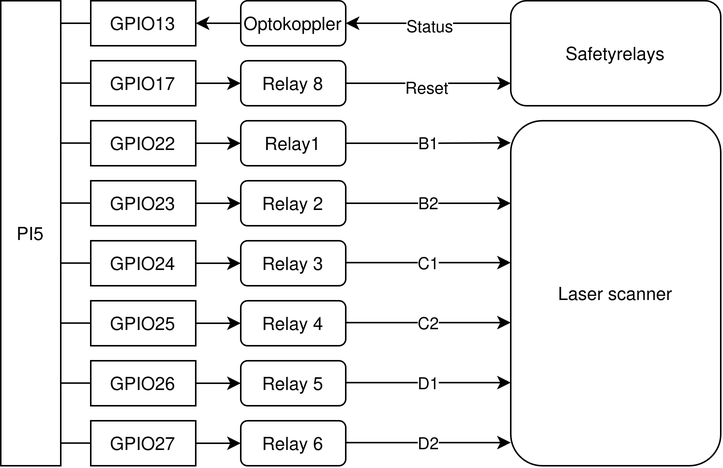
Before: docs/images/GPIO_PI5.png, a diagram exported from draw.io (FabCode288/HSK-Mensabot). Source tidied: cells renumbered, new cells last; positions are measured from the earlier drawing's top-left corner, leaving out a move shared by most shapes. The source it was exported from:
```xml
<mxGraphModel>
  <root>
    <mxCell id="0" />
    <mxCell id="1" parent="0" />
    <mxCell id="2" value="PI5" style="rounded=0;whiteSpace=wrap;html=1;" parent="1" vertex="1">
      <mxGeometry width="40" height="310" as="geometry" />
    </mxCell>
    <mxCell id="3" value="GPIO13" style="rounded=0;whiteSpace=wrap;html=1;" parent="1" vertex="1">
      <mxGeometry x="60" width="70" height="30" as="geometry" />
    </mxCell>
    <mxCell id="4" style="edgeStyle=orthogonalEdgeStyle;rounded=0;jettySize=auto;html=1;entryX=0;entryY=0.5;entryDx=0;entryDy=0;" parent="1" edge="1" source="5" target="35">
      <mxGeometry relative="1" as="geometry" />
    </mxCell>
    <mxCell id="5" value="GPIO17" style="rounded=0;whiteSpace=wrap;html=1;" parent="1" vertex="1">
      <mxGeometry x="60" y="40" width="70" height="30" as="geometry" />
    </mxCell>
    <mxCell id="6" style="edgeStyle=orthogonalEdgeStyle;rounded=0;jettySize=auto;html=1;exitX=1;exitY=0.5;exitDx=0;exitDy=0;entryX=0;entryY=0.5;entryDx=0;entryDy=0;" parent="1" edge="1" source="7" target="28">
      <mxGeometry relative="1" as="geometry" />
    </mxCell>
    <mxCell id="7" value="GPIO23" style="rounded=0;whiteSpace=wrap;html=1;" parent="1" vertex="1">
      <mxGeometry x="60" y="120" width="70" height="30" as="geometry" />
    </mxCell>
    <mxCell id="8" style="edgeStyle=orthogonalEdgeStyle;rounded=0;jettySize=auto;html=1;exitX=1;exitY=0.5;exitDx=0;exitDy=0;entryX=0;entryY=0.5;entryDx=0;entryDy=0;" parent="1" edge="1" source="9" target="26">
      <mxGeometry relative="1" as="geometry" />
    </mxCell>
    <mxCell id="9" value="GPIO22" style="rounded=0;whiteSpace=wrap;html=1;" parent="1" vertex="1">
      <mxGeometry x="60" y="80" width="70" height="30" as="geometry" />
    </mxCell>
    <mxCell id="10" style="edgeStyle=orthogonalEdgeStyle;rounded=0;jettySize=auto;html=1;exitX=1;exitY=0.5;exitDx=0;exitDy=0;entryX=0;entryY=0.5;entryDx=0;entryDy=0;" parent="1" edge="1" source="11" target="29">
      <mxGeometry relative="1" as="geometry" />
    </mxCell>
    <mxCell id="11" value="GPIO24" style="rounded=0;whiteSpace=wrap;html=1;" parent="1" vertex="1">
      <mxGeometry x="60" y="160" width="70" height="30" as="geometry" />
    </mxCell>
    <mxCell id="12" style="edgeStyle=orthogonalEdgeStyle;rounded=0;jettySize=auto;html=1;exitX=1;exitY=0.5;exitDx=0;exitDy=0;entryX=0;entryY=0.5;entryDx=0;entryDy=0;" parent="1" edge="1" source="13" target="30">
      <mxGeometry relative="1" as="geometry" />
    </mxCell>
    <mxCell id="13" value="&lt;div&gt;GPIO25&lt;/div&gt;" style="rounded=0;whiteSpace=wrap;html=1;" parent="1" vertex="1">
      <mxGeometry x="60" y="200" width="70" height="30" as="geometry" />
    </mxCell>
    <mxCell id="14" style="edgeStyle=orthogonalEdgeStyle;rounded=0;jettySize=auto;html=1;exitX=1;exitY=0.5;exitDx=0;exitDy=0;entryX=0;entryY=0.5;entryDx=0;entryDy=0;" parent="1" edge="1" source="15" target="31">
      <mxGeometry relative="1" as="geometry" />
    </mxCell>
    <mxCell id="15" value="GPIO26" style="rounded=0;whiteSpace=wrap;html=1;" parent="1" vertex="1">
      <mxGeometry x="60" y="240" width="70" height="30" as="geometry" />
    </mxCell>
    <mxCell id="16" style="edgeStyle=orthogonalEdgeStyle;rounded=0;jettySize=auto;html=1;exitX=1;exitY=0.5;exitDx=0;exitDy=0;entryX=0;entryY=0.5;entryDx=0;entryDy=0;" parent="1" edge="1" source="17" target="32">
      <mxGeometry relative="1" as="geometry" />
    </mxCell>
    <mxCell id="17" value="&lt;div&gt;GPIO27&lt;/div&gt;" style="rounded=0;whiteSpace=wrap;html=1;" parent="1" vertex="1">
      <mxGeometry x="60" y="280" width="70" height="30" as="geometry" />
    </mxCell>
    <mxCell id="18" style="endArrow=none;html=1;rounded=0;entryX=0;entryY=0.5;entryDx=0;entryDy=0;" parent="1" edge="1" target="3">
      <mxGeometry relative="1" as="geometry">
        <mxPoint x="40" y="15" as="sourcePoint" />
      </mxGeometry>
    </mxCell>
    <mxCell id="19" style="endArrow=none;html=1;rounded=0;entryX=0;entryY=0.5;entryDx=0;entryDy=0;" parent="1" edge="1">
      <mxGeometry relative="1" as="geometry">
        <mxPoint x="40" y="54.9" as="sourcePoint" />
        <mxPoint x="60" y="54.9" as="targetPoint" />
      </mxGeometry>
    </mxCell>
    <mxCell id="20" style="endArrow=none;html=1;rounded=0;entryX=0;entryY=0.5;entryDx=0;entryDy=0;" parent="1" edge="1">
      <mxGeometry relative="1" as="geometry">
        <mxPoint x="40" y="134.9" as="sourcePoint" />
        <mxPoint x="60" y="134.9" as="targetPoint" />
      </mxGeometry>
    </mxCell>
    <mxCell id="21" style="endArrow=none;html=1;rounded=0;entryX=0;entryY=0.5;entryDx=0;entryDy=0;" parent="1" edge="1">
      <mxGeometry relative="1" as="geometry">
        <mxPoint x="40" y="94.9" as="sourcePoint" />
        <mxPoint x="60" y="94.9" as="targetPoint" />
      </mxGeometry>
    </mxCell>
    <mxCell id="22" style="endArrow=none;html=1;rounded=0;entryX=0;entryY=0.5;entryDx=0;entryDy=0;" parent="1" edge="1">
      <mxGeometry relative="1" as="geometry">
        <mxPoint x="40" y="174.9" as="sourcePoint" />
        <mxPoint x="60" y="174.9" as="targetPoint" />
      </mxGeometry>
    </mxCell>
    <mxCell id="23" style="endArrow=none;html=1;rounded=0;entryX=0;entryY=0.5;entryDx=0;entryDy=0;" parent="1" edge="1">
      <mxGeometry relative="1" as="geometry">
        <mxPoint x="40" y="214.9" as="sourcePoint" />
        <mxPoint x="60" y="214.9" as="targetPoint" />
      </mxGeometry>
    </mxCell>
    <mxCell id="24" style="endArrow=none;html=1;rounded=0;entryX=0;entryY=0.5;entryDx=0;entryDy=0;" parent="1" edge="1">
      <mxGeometry relative="1" as="geometry">
        <mxPoint x="40" y="294.9" as="sourcePoint" />
        <mxPoint x="60" y="294.9" as="targetPoint" />
      </mxGeometry>
    </mxCell>
    <mxCell id="25" style="endArrow=none;html=1;rounded=0;entryX=0;entryY=0.5;entryDx=0;entryDy=0;" parent="1" edge="1">
      <mxGeometry relative="1" as="geometry">
        <mxPoint x="40" y="254.9" as="sourcePoint" />
        <mxPoint x="60" y="254.9" as="targetPoint" />
      </mxGeometry>
    </mxCell>
    <mxCell id="26" value="Relay1" style="rounded=1;whiteSpace=wrap;html=1;" parent="1" vertex="1">
      <mxGeometry x="160" y="80" width="70" height="30" as="geometry" />
    </mxCell>
    <mxCell id="27" value="B2" style="edgeStyle=orthogonalEdgeStyle;rounded=0;jettySize=auto;html=1;" parent="1" edge="1" source="28">
      <mxGeometry relative="1" as="geometry">
        <mxPoint x="340" y="135" as="targetPoint" />
      </mxGeometry>
    </mxCell>
    <mxCell id="28" value="&lt;div&gt;Relay 2&lt;/div&gt;" style="rounded=1;whiteSpace=wrap;html=1;" parent="1" vertex="1">
      <mxGeometry x="160" y="120" width="70" height="30" as="geometry" />
    </mxCell>
    <mxCell id="29" value="&lt;div&gt;Relay 3&lt;/div&gt;" style="rounded=1;whiteSpace=wrap;html=1;" parent="1" vertex="1">
      <mxGeometry x="160" y="160" width="70" height="30" as="geometry" />
    </mxCell>
    <mxCell id="30" value="&lt;div&gt;Relay 4&lt;/div&gt;" style="rounded=1;whiteSpace=wrap;html=1;" parent="1" vertex="1">
      <mxGeometry x="160" y="200" width="70" height="30" as="geometry" />
    </mxCell>
    <mxCell id="31" value="&lt;div&gt;Relay 5&lt;/div&gt;" style="rounded=1;whiteSpace=wrap;html=1;" parent="1" vertex="1">
      <mxGeometry x="160" y="240" width="70" height="30" as="geometry" />
    </mxCell>
    <mxCell id="32" value="&lt;div&gt;Relay 6&lt;/div&gt;" style="rounded=1;whiteSpace=wrap;html=1;" parent="1" vertex="1">
      <mxGeometry x="160" y="280" width="70" height="30" as="geometry" />
    </mxCell>
    <mxCell id="33" style="edgeStyle=orthogonalEdgeStyle;rounded=0;jettySize=auto;html=1;" parent="1" edge="1" source="35">
      <mxGeometry relative="1" as="geometry">
        <mxPoint x="340" y="55" as="targetPoint" />
      </mxGeometry>
    </mxCell>
    <mxCell id="34" value="Reset" style="edgeLabel;html=1;align=center;verticalAlign=middle;" parent="33" vertex="1">
      <mxGeometry x="-0.03" y="-1" relative="1" as="geometry">
        <mxPoint y="1" as="offset" />
      </mxGeometry>
    </mxCell>
    <mxCell id="35" value="Relay 8" style="rounded=1;whiteSpace=wrap;html=1;" parent="1" vertex="1">
      <mxGeometry x="160" y="40" width="70" height="30" as="geometry" />
    </mxCell>
    <mxCell id="36" style="edgeStyle=orthogonalEdgeStyle;rounded=0;jettySize=auto;html=1;exitX=0;exitY=0.5;exitDx=0;exitDy=0;entryX=1;entryY=0.5;entryDx=0;entryDy=0;" parent="1" edge="1" source="37" target="3">
      <mxGeometry relative="1" as="geometry" />
    </mxCell>
    <mxCell id="37" value="Optokoppler" style="rounded=1;whiteSpace=wrap;html=1;" parent="1" vertex="1">
      <mxGeometry x="160" width="70" height="30" as="geometry" />
    </mxCell>
    <mxCell id="38" style="edgeStyle=orthogonalEdgeStyle;rounded=0;jettySize=auto;html=1;" parent="1" edge="1" target="37">
      <mxGeometry relative="1" as="geometry">
        <mxPoint x="340" y="15" as="sourcePoint" />
      </mxGeometry>
    </mxCell>
    <mxCell id="39" value="Status" style="edgeLabel;html=1;align=center;verticalAlign=middle;" parent="38" vertex="1">
      <mxGeometry y="1" relative="1" as="geometry" />
    </mxCell>
    <mxCell id="40" value="Safetyrelays" style="rounded=1;whiteSpace=wrap;html=1;" parent="1" vertex="1">
      <mxGeometry x="340" width="140" height="70" as="geometry" />
    </mxCell>
    <mxCell id="41" value="Laser scanner" style="rounded=1;whiteSpace=wrap;html=1;" parent="1" vertex="1">
      <mxGeometry x="340" y="80" width="140" height="230" as="geometry" />
    </mxCell>
    <mxCell id="42" value="B1" style="edgeStyle=orthogonalEdgeStyle;rounded=0;jettySize=auto;html=1;exitX=1;exitY=0.5;exitDx=0;exitDy=0;entryX=0;entryY=0.064;entryDx=0;entryDy=0;entryPerimeter=0;" parent="1" edge="1" source="26" target="41">
      <mxGeometry relative="1" as="geometry" />
    </mxCell>
    <mxCell id="43" value="C1" style="edgeStyle=orthogonalEdgeStyle;rounded=0;orthogonalLoop=1;jettySize=auto;html=1;" parent="1" edge="1">
      <mxGeometry relative="1" as="geometry">
        <mxPoint x="230" y="174.6" as="sourcePoint" />
        <mxPoint x="340" y="174.6" as="targetPoint" />
      </mxGeometry>
    </mxCell>
    <mxCell id="44" value="C2" style="edgeStyle=orthogonalEdgeStyle;rounded=0;orthogonalLoop=1;jettySize=auto;html=1;" parent="1" edge="1">
      <mxGeometry relative="1" as="geometry">
        <mxPoint x="230" y="214.6" as="sourcePoint" />
        <mxPoint x="340" y="214.6" as="targetPoint" />
      </mxGeometry>
    </mxCell>
    <mxCell id="45" value="D1" style="edgeStyle=orthogonalEdgeStyle;rounded=0;orthogonalLoop=1;jettySize=auto;html=1;" parent="1" edge="1">
      <mxGeometry relative="1" as="geometry">
        <mxPoint x="230" y="254.6" as="sourcePoint" />
        <mxPoint x="340" y="254.6" as="targetPoint" />
      </mxGeometry>
    </mxCell>
    <mxCell id="46" value="D2" style="edgeStyle=orthogonalEdgeStyle;rounded=0;orthogonalLoop=1;jettySize=auto;html=1;" parent="1" edge="1">
      <mxGeometry relative="1" as="geometry">
        <mxPoint x="230" y="294.6" as="sourcePoint" />
        <mxPoint x="340" y="294.6" as="targetPoint" />
      </mxGeometry>
    </mxCell>
  </root>
</mxGraphModel>
```
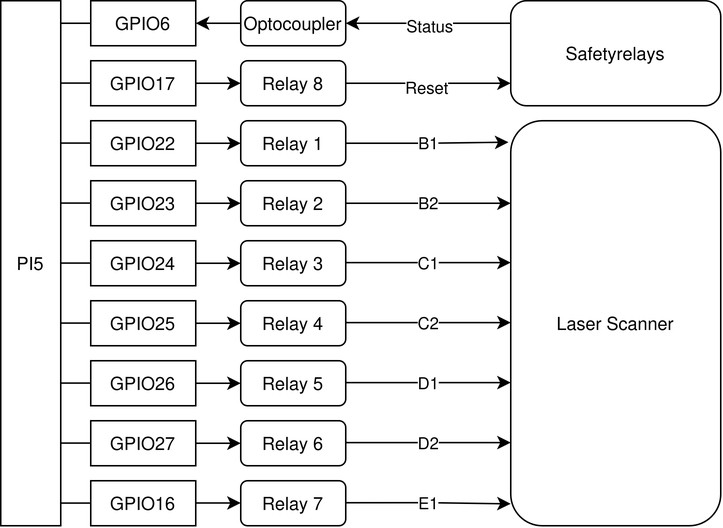
Later version of the same file.

Change to the diagram source:
```diff
@@ -3,9 +3,9 @@
     <mxCell id="0" />
     <mxCell id="1" parent="0" />
     <mxCell id="2" value="PI5" style="rounded=0;whiteSpace=wrap;html=1;" parent="1" vertex="1">
-      <mxGeometry width="40" height="310" as="geometry" />
+      <mxGeometry width="40" height="350" as="geometry" />
     </mxCell>
-    <mxCell id="3" value="GPIO13" style="rounded=0;whiteSpace=wrap;html=1;" parent="1" vertex="1">
+    <mxCell id="3" value="GPIO6" style="rounded=0;whiteSpace=wrap;html=1;" parent="1" vertex="1">
       <mxGeometry x="60" width="70" height="30" as="geometry" />
     </mxCell>
     <mxCell id="4" style="edgeStyle=orthogonalEdgeStyle;rounded=0;jettySize=auto;html=1;entryX=0;entryY=0.5;entryDx=0;entryDy=0;" parent="1" edge="1" source="5" target="35">
@@ -97,7 +97,7 @@
         <mxPoint x="60" y="254.9" as="targetPoint" />
       </mxGeometry>
     </mxCell>
-    <mxCell id="26" value="Relay1" style="rounded=1;whiteSpace=wrap;html=1;" parent="1" vertex="1">
+    <mxCell id="26" value="Relay 1" style="rounded=1;whiteSpace=wrap;html=1;" parent="1" vertex="1">
       <mxGeometry x="160" y="80" width="70" height="30" as="geometry" />
     </mxCell>
     <mxCell id="27" value="B2" style="edgeStyle=orthogonalEdgeStyle;rounded=0;jettySize=auto;html=1;" parent="1" edge="1" source="28">
@@ -136,7 +136,7 @@
     <mxCell id="36" style="edgeStyle=orthogonalEdgeStyle;rounded=0;jettySize=auto;html=1;exitX=0;exitY=0.5;exitDx=0;exitDy=0;entryX=1;entryY=0.5;entryDx=0;entryDy=0;" parent="1" edge="1" source="37" target="3">
       <mxGeometry relative="1" as="geometry" />
     </mxCell>
-    <mxCell id="37" value="Optokoppler" style="rounded=1;whiteSpace=wrap;html=1;" parent="1" vertex="1">
+    <mxCell id="37" value="Optocoupler" style="rounded=1;whiteSpace=wrap;html=1;" parent="1" vertex="1">
       <mxGeometry x="160" width="70" height="30" as="geometry" />
     </mxCell>
     <mxCell id="38" style="edgeStyle=orthogonalEdgeStyle;rounded=0;jettySize=auto;html=1;" parent="1" edge="1" target="37">
@@ -150,10 +150,10 @@
     <mxCell id="40" value="Safetyrelays" style="rounded=1;whiteSpace=wrap;html=1;" parent="1" vertex="1">
       <mxGeometry x="340" width="140" height="70" as="geometry" />
     </mxCell>
-    <mxCell id="41" value="Laser scanner" style="rounded=1;whiteSpace=wrap;html=1;" parent="1" vertex="1">
-      <mxGeometry x="340" y="80" width="140" height="230" as="geometry" />
+    <mxCell id="41" value="Laser Scanner" style="rounded=1;whiteSpace=wrap;html=1;" parent="1" vertex="1">
+      <mxGeometry x="340" y="80" width="140" height="270" as="geometry" />
     </mxCell>
-    <mxCell id="42" value="B1" style="edgeStyle=orthogonalEdgeStyle;rounded=0;jettySize=auto;html=1;exitX=1;exitY=0.5;exitDx=0;exitDy=0;entryX=0;entryY=0.064;entryDx=0;entryDy=0;entryPerimeter=0;" parent="1" edge="1" source="26" target="41">
+    <mxCell id="42" value="B1" style="edgeStyle=orthogonalEdgeStyle;rounded=0;jettySize=auto;html=1;exitX=1;exitY=0.5;exitDx=0;exitDy=0;entryX=-0.011;entryY=0.053;entryDx=0;entryDy=0;entryPerimeter=0;" parent="1" edge="1" source="26" target="41">
       <mxGeometry relative="1" as="geometry" />
     </mxCell>
     <mxCell id="43" value="C1" style="edgeStyle=orthogonalEdgeStyle;rounded=0;orthogonalLoop=1;jettySize=auto;html=1;" parent="1" edge="1">
@@ -180,5 +180,34 @@
         <mxPoint x="340" y="294.6" as="targetPoint" />
       </mxGeometry>
     </mxCell>
+    <mxCell id="47" value="&lt;div&gt;GPIO16&lt;/div&gt;" style="rounded=0;whiteSpace=wrap;html=1;" parent="1" vertex="1">
+      <mxGeometry x="60" y="320" width="70" height="30" as="geometry" />
+    </mxCell>
+    <mxCell id="48" value="&lt;div&gt;Relay 7&lt;/div&gt;" style="rounded=1;whiteSpace=wrap;html=1;" parent="1" vertex="1">
+      <mxGeometry x="160" y="320" width="70" height="30" as="geometry" />
+    </mxCell>
+    <mxCell id="49" style="edgeStyle=orthogonalEdgeStyle;rounded=0;orthogonalLoop=1;jettySize=auto;html=1;exitX=1;exitY=0.5;exitDx=0;exitDy=0;entryX=0;entryY=0.5;entryDx=0;entryDy=0;" parent="1" edge="1">
+      <mxGeometry relative="1" as="geometry">
+        <mxPoint x="130" y="334.8" as="sourcePoint" />
+        <mxPoint x="160" y="334.8" as="targetPoint" />
+      </mxGeometry>
+    </mxCell>
+    <mxCell id="50" style="edgeStyle=orthogonalEdgeStyle;rounded=0;orthogonalLoop=1;jettySize=auto;html=1;exitX=1;exitY=0.5;exitDx=0;exitDy=0;entryX=0;entryY=0.963;entryDx=0;entryDy=0;entryPerimeter=0;" parent="1" edge="1">
+      <mxGeometry relative="1" as="geometry">
+        <mxPoint x="230" y="334.6" as="sourcePoint" />
+        <mxPoint x="340" y="335.4" as="targetPoint" />
+      </mxGeometry>
+    </mxCell>
+    <mxCell id="51" value="E1" style="edgeLabel;html=1;align=center;verticalAlign=middle;" parent="50" vertex="1">
+      <mxGeometry x="-0.07" y="-2" relative="1" as="geometry">
+        <mxPoint x="3" y="-2" as="offset" />
+      </mxGeometry>
+    </mxCell>
+    <mxCell id="52" style="endArrow=none;html=1;rounded=0;entryX=0;entryY=0.5;entryDx=0;entryDy=0;" parent="1" edge="1">
+      <mxGeometry relative="1" as="geometry">
+        <mxPoint x="40" y="334.9" as="sourcePoint" />
+        <mxPoint x="60" y="334.9" as="targetPoint" />
+      </mxGeometry>
+    </mxCell>
   </root>
 </mxGraphModel>
```
